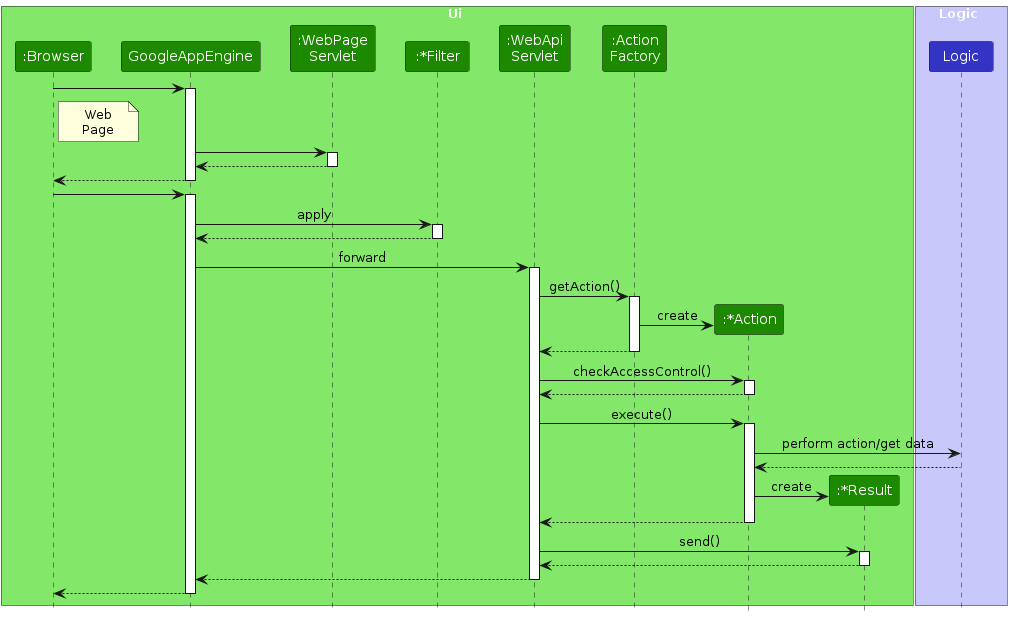
Earlier version of the PlantUML export diagrams/UiWorkflow.png (TEAMMATES/teammates). Its source is kept beside it as diagrams/UiWorkflow.puml.
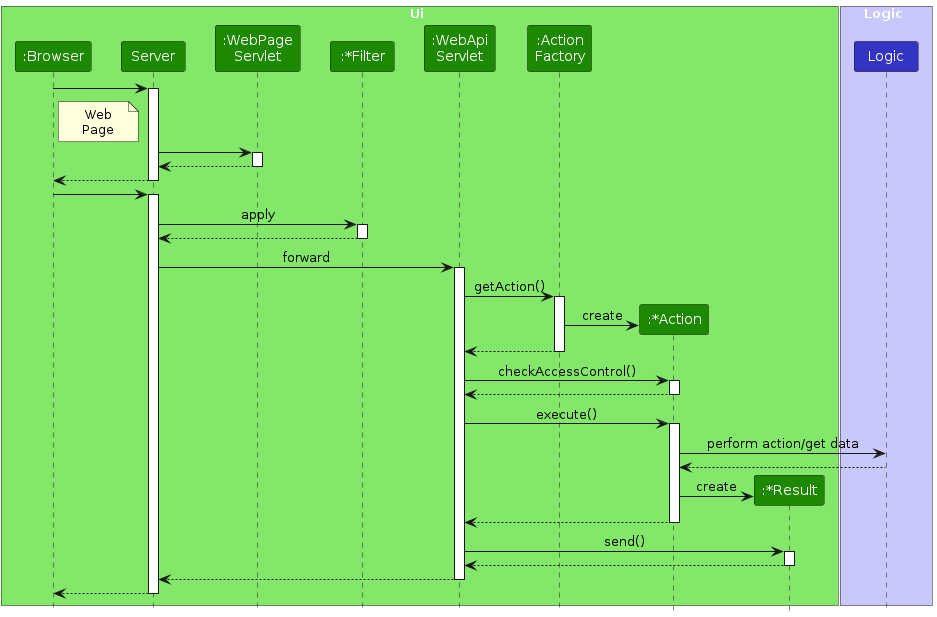
The same diagram one commit later.

The edit, as a diff of the source:
```diff
@@ -3,7 +3,7 @@
 
 box Ui UI_COLOR_T1
 participant ":Browser" as Browser UI_COLOR
-participant GoogleAppEngine UI_COLOR
+participant Server UI_COLOR
 participant ":WebPage\nServlet" as WebPage UI_COLOR
 participant ":*Filter" as Filter UI_COLOR
 participant ":WebApi\nServlet" as WebApi UI_COLOR
@@ -16,29 +16,29 @@
 participant Logic LOGIC_COLOR
 end box
 
-Browser -> GoogleAppEngine
-activate GoogleAppEngine
+Browser -> Server
+activate Server
 note right of Browser : Web\nPage
 
-GoogleAppEngine -> WebPage
+Server -> WebPage
 activate WebPage
 
-WebPage --> GoogleAppEngine
+WebPage --> Server
 deactivate WebPage
 
-GoogleAppEngine --> Browser
-deactivate GoogleAppEngine
+Server --> Browser
+deactivate Server
 
-Browser -> GoogleAppEngine
-activate GoogleAppEngine
+Browser -> Server
+activate Server
 
-GoogleAppEngine -> Filter : apply
+Server -> Filter : apply
 activate Filter
 
-Filter --> GoogleAppEngine
+Filter --> Server
 deactivate Filter
 
-GoogleAppEngine -> WebApi : forward
+Server -> WebApi : forward
 activate WebApi
 
 WebApi -> ActionFactory : getAction()
@@ -73,9 +73,9 @@
 Result --> WebApi
 deactivate Result
 
-WebApi --> GoogleAppEngine
+WebApi --> Server
 deactivate WebApi
 
-GoogleAppEngine --> Browser
-deactivate GoogleAppEngine
+Server --> Browser
+deactivate Server
 @enduml
```
